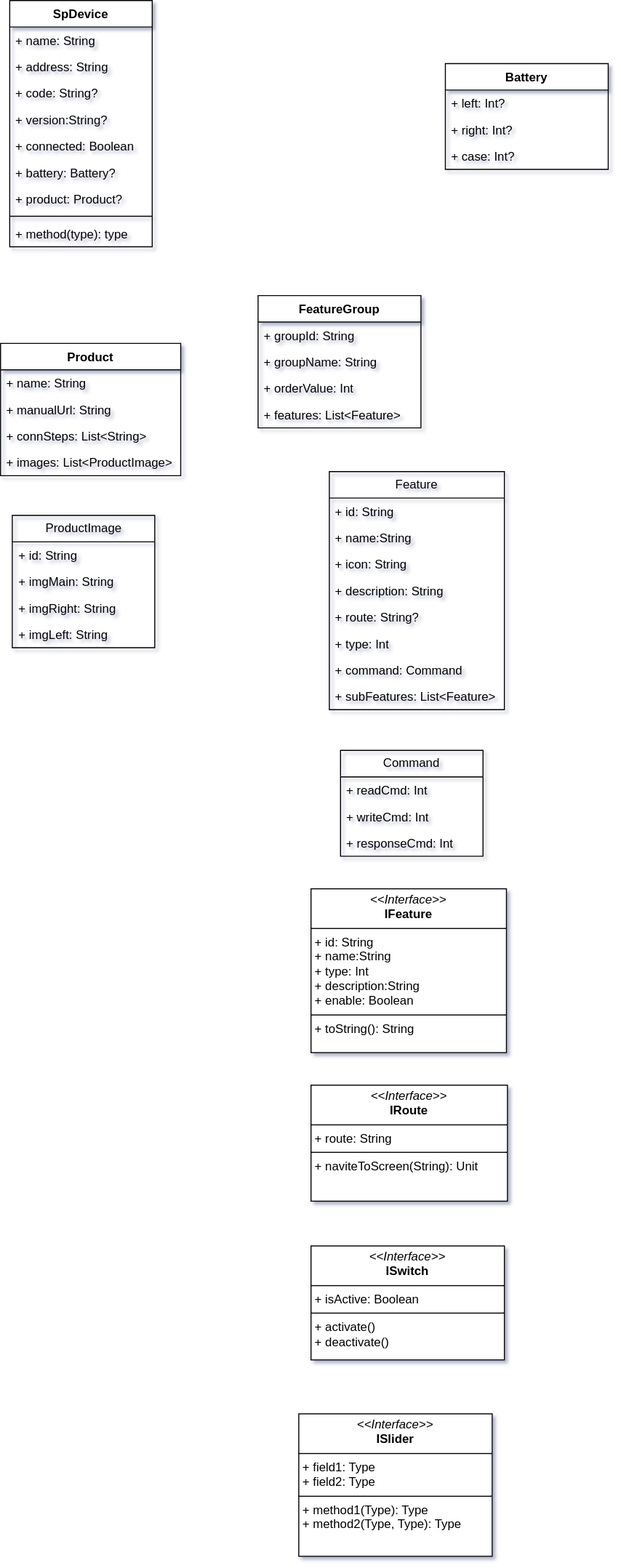
Above: 未命名绘图.drawio.svg in kekemao00/draw-libs (draw.io), before the change. Source tidied: cells renumbered, new cells last; positions are measured from the earlier drawing's top-left corner, leaving out a move shared by most shapes.
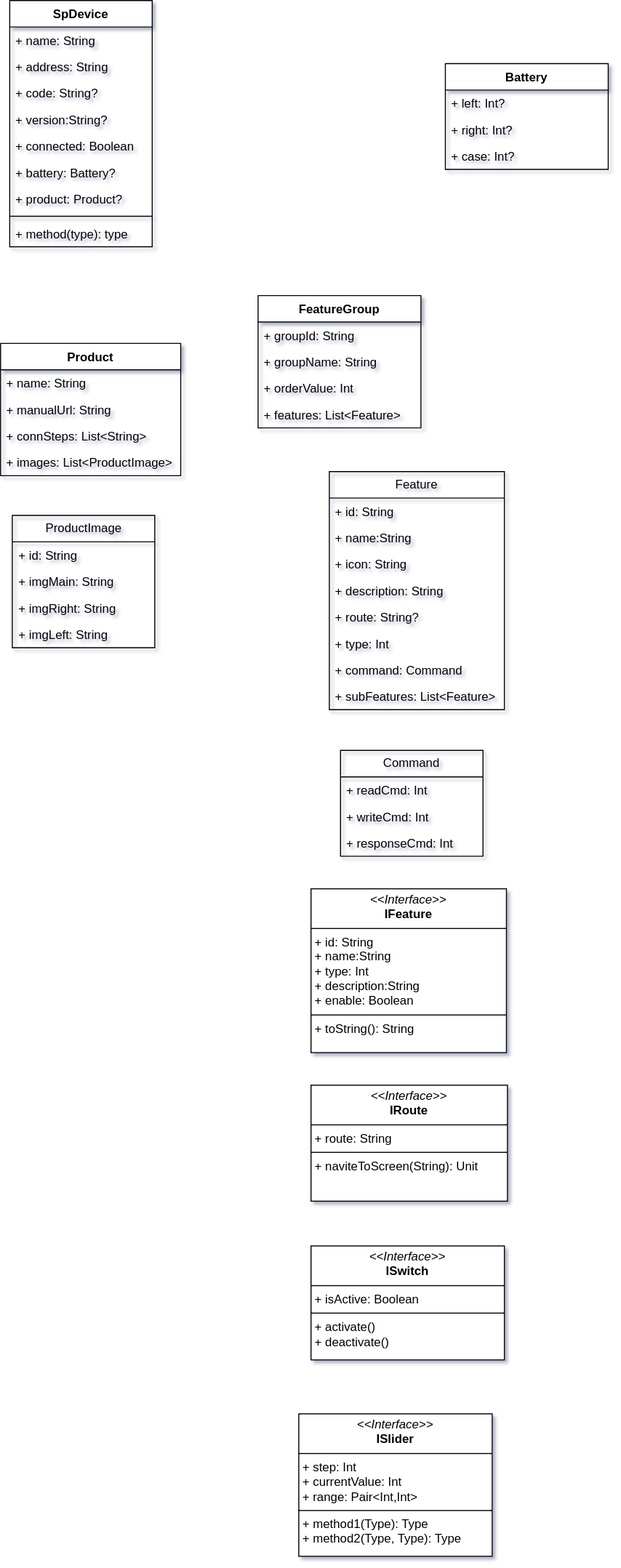
After the commit.

Commit message:
更新未命名绘图.drawio.svg

Diff of the diagram source:
```diff
@@ -137,7 +137,7 @@
     <mxCell id="46" value="&lt;p style=&quot;margin:0px;margin-top:4px;text-align:center;&quot;&gt;&lt;i&gt;&amp;lt;&amp;lt;Interface&amp;gt;&amp;gt;&lt;/i&gt;&lt;br&gt;&lt;b&gt;IRoute&lt;/b&gt;&lt;/p&gt;&lt;hr size=&quot;1&quot; style=&quot;border-style:solid;&quot;&gt;&lt;p style=&quot;margin:0px;margin-left:4px;&quot;&gt;+ route: String&lt;/p&gt;&lt;hr size=&quot;1&quot; style=&quot;border-style:solid;&quot;&gt;&lt;p style=&quot;margin:0px;margin-left:4px;&quot;&gt;+ naviteToScreen(String): Unit&lt;br&gt;&lt;/p&gt;" style="verticalAlign=top;align=left;overflow=fill;html=1;whiteSpace=wrap;" parent="1" vertex="1">
       <mxGeometry x="305" y="1066" width="193" height="114" as="geometry" />
     </mxCell>
-    <mxCell id="47" value="&lt;p style=&quot;margin:0px;margin-top:4px;text-align:center;&quot;&gt;&lt;i&gt;&amp;lt;&amp;lt;Interface&amp;gt;&amp;gt;&lt;/i&gt;&lt;br&gt;&lt;b&gt;ISlider&lt;/b&gt;&lt;/p&gt;&lt;hr size=&quot;1&quot; style=&quot;border-style:solid;&quot;&gt;&lt;p style=&quot;margin:0px;margin-left:4px;&quot;&gt;+ field1: Type&lt;br&gt;+ field2: Type&lt;/p&gt;&lt;hr size=&quot;1&quot; style=&quot;border-style:solid;&quot;&gt;&lt;p style=&quot;margin:0px;margin-left:4px;&quot;&gt;+ method1(Type): Type&lt;br&gt;+ method2(Type, Type): Type&lt;/p&gt;" style="verticalAlign=top;align=left;overflow=fill;html=1;whiteSpace=wrap;" parent="1" vertex="1">
+    <mxCell id="47" value="&lt;p style=&quot;margin:0px;margin-top:4px;text-align:center;&quot;&gt;&lt;i&gt;&amp;lt;&amp;lt;Interface&amp;gt;&amp;gt;&lt;/i&gt;&lt;br&gt;&lt;b&gt;ISlider&lt;/b&gt;&lt;/p&gt;&lt;hr size=&quot;1&quot; style=&quot;border-style:solid;&quot;&gt;&lt;p style=&quot;margin:0px;margin-left:4px;&quot;&gt;+&amp;nbsp;step: Int&lt;br&gt;+&amp;nbsp;currentValue: Int&lt;br&gt;+ range: Pair&amp;lt;Int,Int&amp;gt;&lt;/p&gt;&lt;hr size=&quot;1&quot; style=&quot;border-style:solid;&quot;&gt;&lt;p style=&quot;margin:0px;margin-left:4px;&quot;&gt;+ method1(Type): Type&lt;br&gt;+ method2(Type, Type): Type&lt;/p&gt;" style="verticalAlign=top;align=left;overflow=fill;html=1;whiteSpace=wrap;" parent="1" vertex="1">
       <mxGeometry x="293" y="1389" width="190" height="140" as="geometry" />
     </mxCell>
   </root>
```
